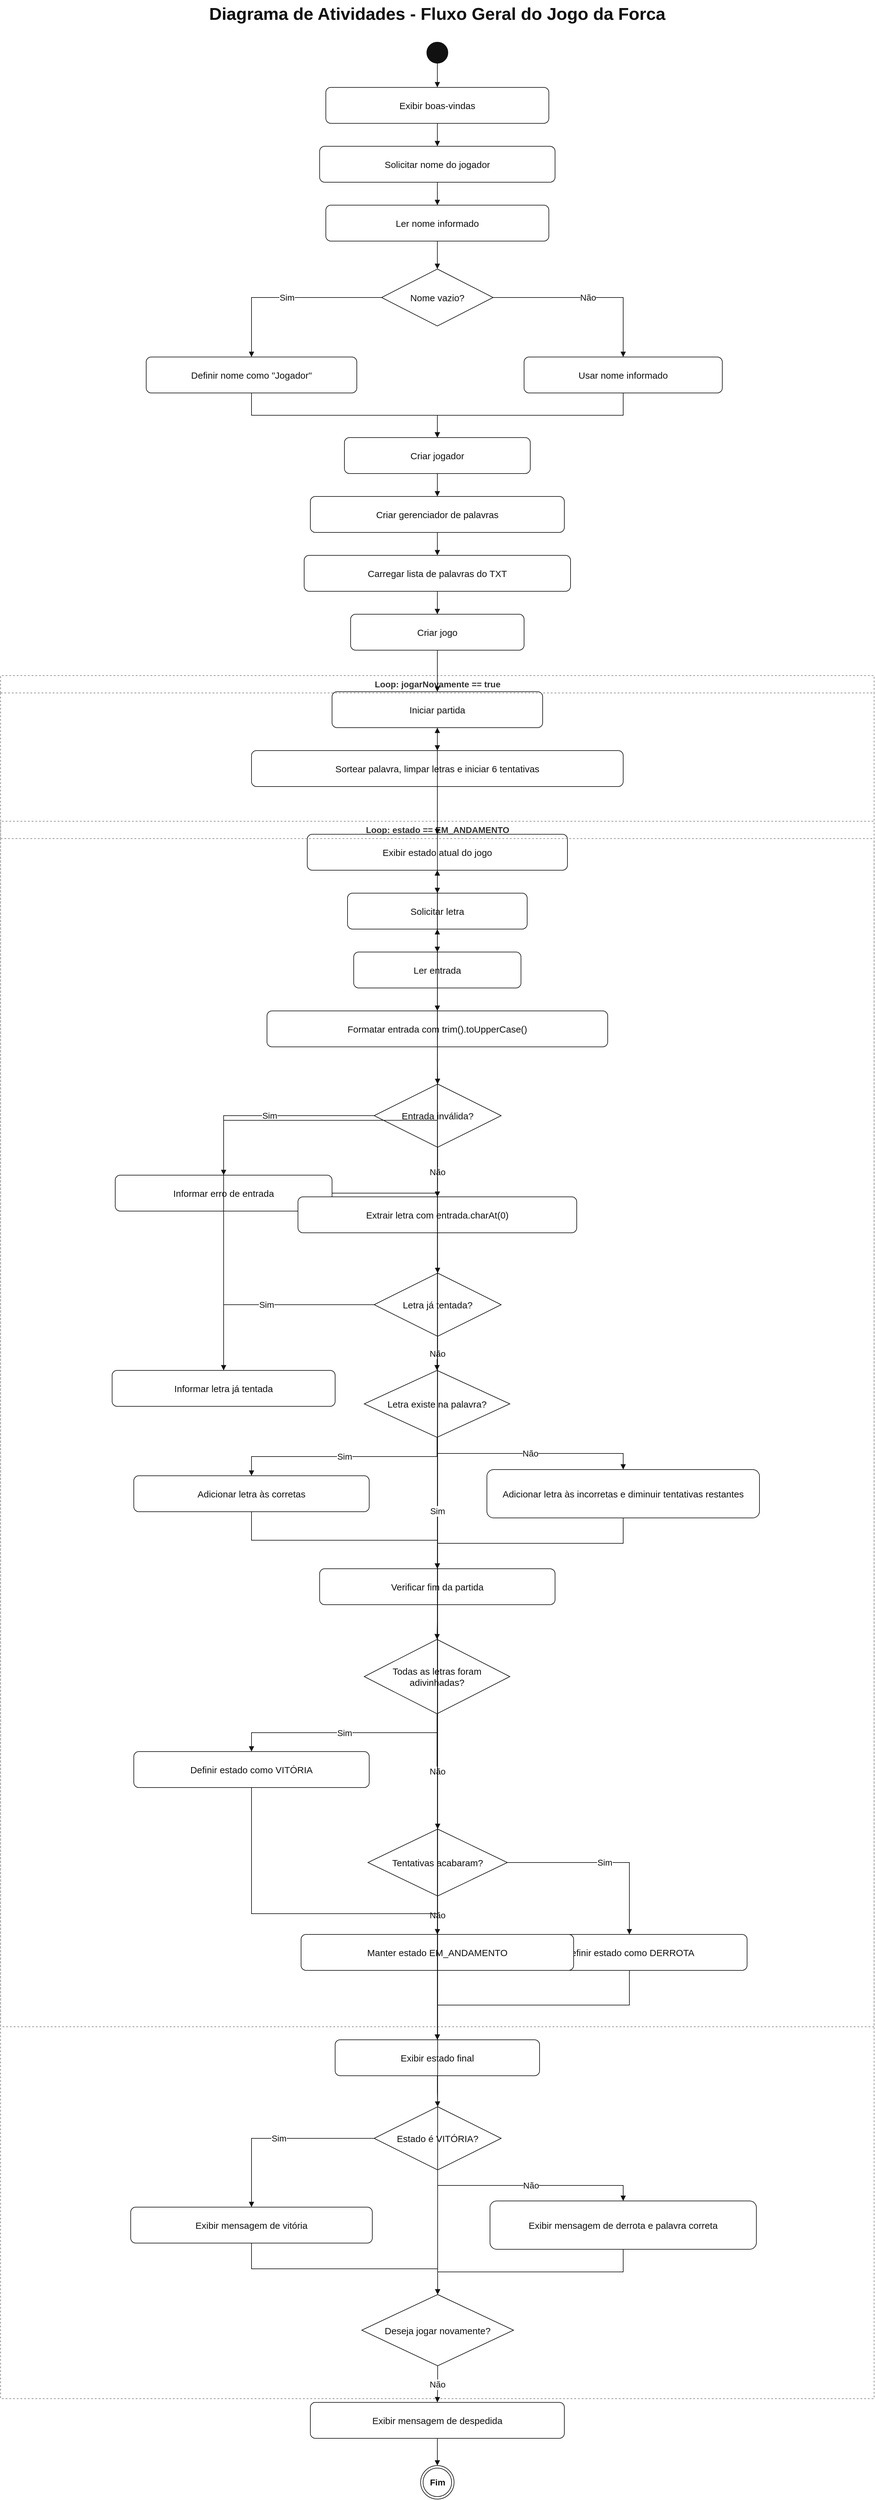
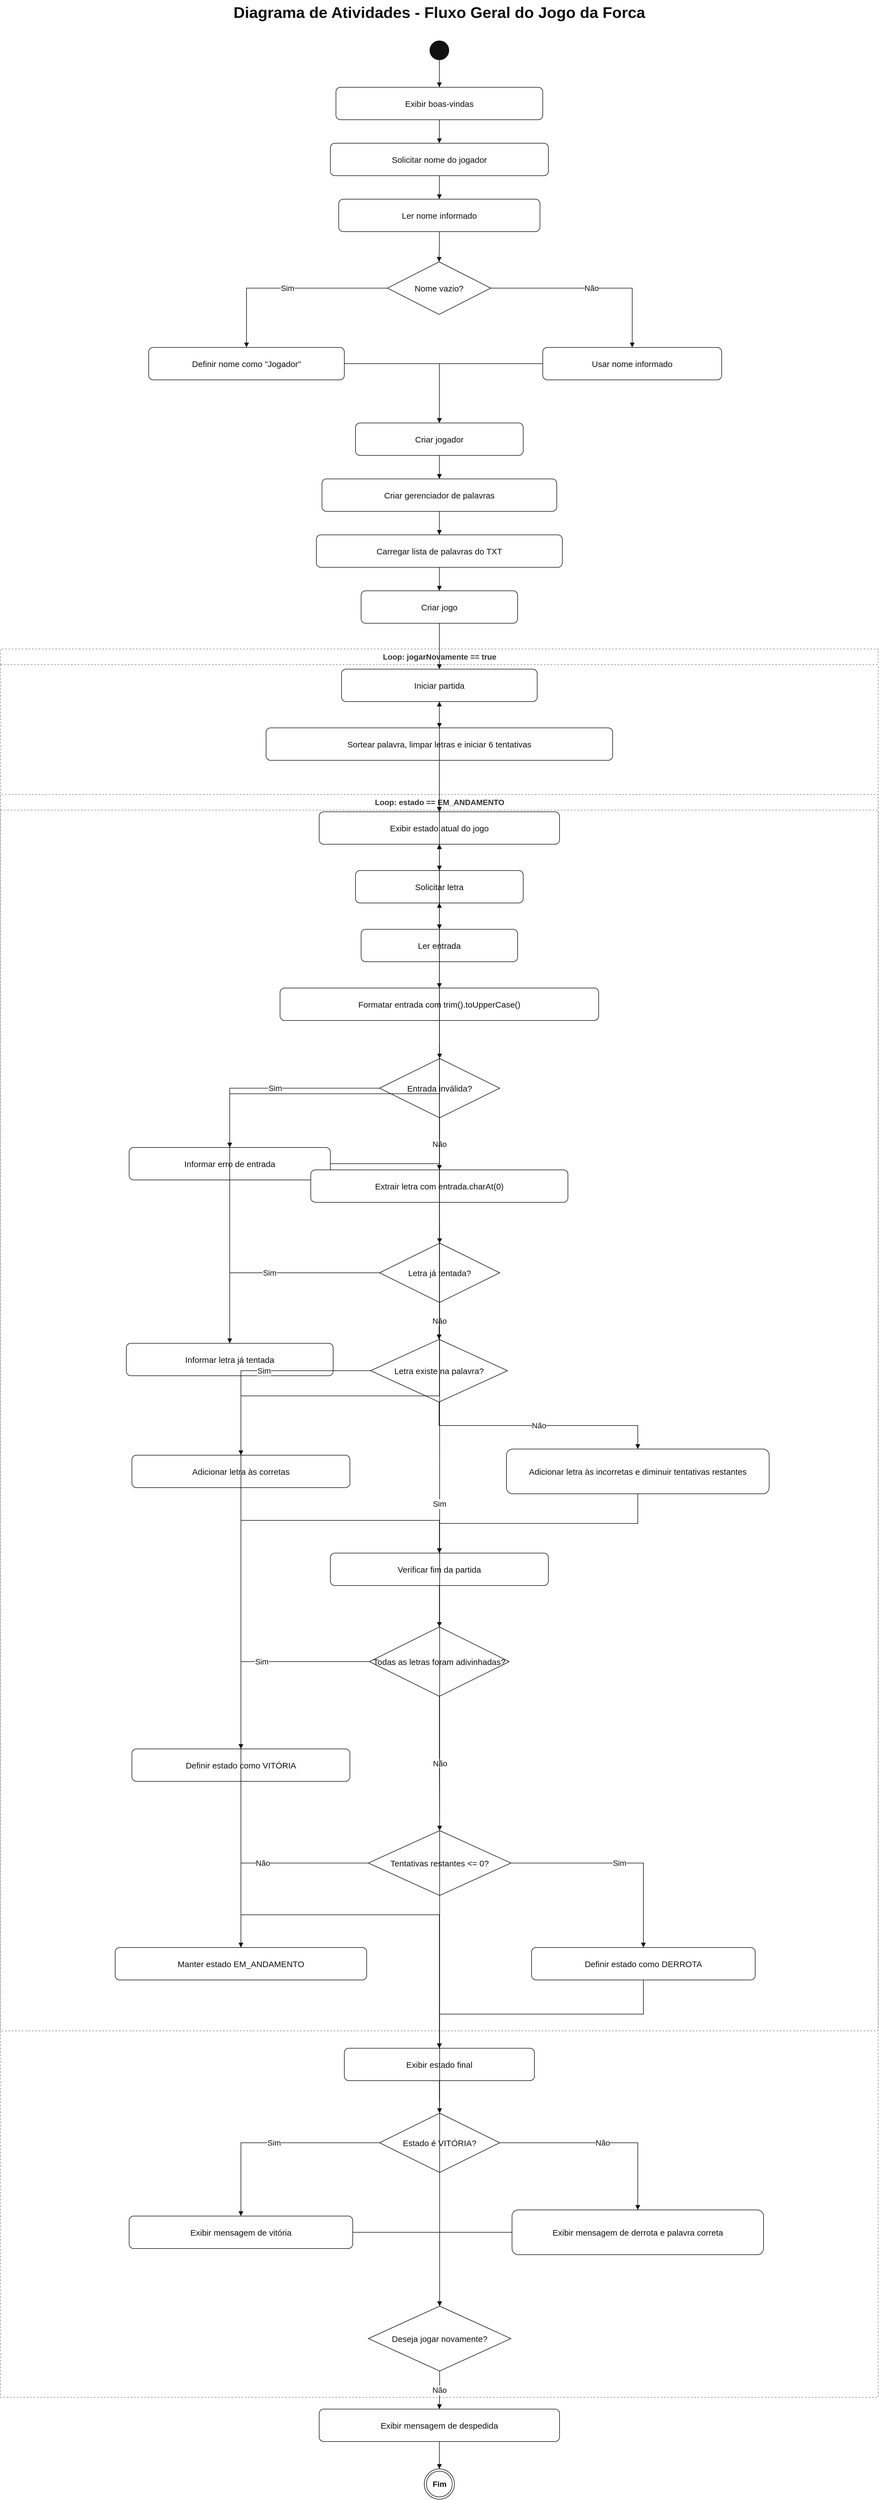
<mxfile host="app.diagrams.net">
  <diagram name="Fluxo Geral" id="diagrama-atividades-fluxo-geral">
-     <mxGraphModel dx="1600" dy="4100" grid="1" gridSize="10" guides="1" tooltips="1" connect="1" arrows="1" fold="1" page="1" pageScale="1" pageWidth="1600" pageHeight="4100" math="0" shadow="0" background="#ffffff">
+     <mxGraphModel dx="1750" dy="4550" grid="1" gridSize="10" guides="1" tooltips="1" connect="1" arrows="1" fold="1" page="1" pageScale="1" pageWidth="1750" pageHeight="4550" math="0" shadow="0" background="#ffffff">
      <root>
        <mxCell id="0" />
        <mxCell id="1" parent="0" />
        <mxCell id="n2" value="" style="ellipse;html=1;aspect=fixed;fillColor=#111111;strokeColor=#111111;" vertex="1" parent="1">
-           <mxGeometry x="783" y="88" width="34" height="34" as="geometry" />
+           <mxGeometry x="858" y="93" width="34" height="34" as="geometry" />
        </mxCell>
        <mxCell id="n3" value="Exibir boas-vindas" style="rounded=1;whiteSpace=wrap;html=1;arcSize=14;fillColor=#ffffff;strokeColor=#111111;fontColor=#111111;fontSize=15;spacing=8;" vertex="1" parent="1">
-           <mxGeometry x="620" y="161" width="360" height="58" as="geometry" />
+           <mxGeometry x="690" y="176" width="370" height="58" as="geometry" />
        </mxCell>
        <mxCell id="n4" value="Solicitar nome do jogador" style="rounded=1;whiteSpace=wrap;html=1;arcSize=14;fillColor=#ffffff;strokeColor=#111111;fontColor=#111111;fontSize=15;spacing=8;" vertex="1" parent="1">
-           <mxGeometry x="610" y="256" width="380" height="58" as="geometry" />
+           <mxGeometry x="680" y="276" width="390" height="58" as="geometry" />
        </mxCell>
        <mxCell id="n5" value="Ler nome informado" style="rounded=1;whiteSpace=wrap;html=1;arcSize=14;fillColor=#ffffff;strokeColor=#111111;fontColor=#111111;fontSize=15;spacing=8;" vertex="1" parent="1">
-           <mxGeometry x="620" y="351" width="360" height="58" as="geometry" />
+           <mxGeometry x="695" y="376" width="360" height="58" as="geometry" />
        </mxCell>
        <mxCell id="n6" value="Nome vazio?" style="rhombus;whiteSpace=wrap;html=1;fillColor=#ffffff;strokeColor=#111111;fontColor=#111111;fontSize=15;spacing=8;" vertex="1" parent="1">
-           <mxGeometry x="710" y="454" width="180" height="92" as="geometry" />
+           <mxGeometry x="782" y="488" width="185" height="94" as="geometry" />
        </mxCell>
        <mxCell id="n7" value="Definir nome como &quot;Jogador&quot;" style="rounded=1;whiteSpace=wrap;html=1;arcSize=14;fillColor=#ffffff;strokeColor=#111111;fontColor=#111111;fontSize=15;spacing=8;" vertex="1" parent="1">
-           <mxGeometry x="330" y="596" width="340" height="58" as="geometry" />
+           <mxGeometry x="355" y="641" width="350" height="58" as="geometry" />
        </mxCell>
        <mxCell id="n8" value="Usar nome informado" style="rounded=1;whiteSpace=wrap;html=1;arcSize=14;fillColor=#ffffff;strokeColor=#111111;fontColor=#111111;fontSize=15;spacing=8;" vertex="1" parent="1">
-           <mxGeometry x="940" y="596" width="320" height="58" as="geometry" />
+           <mxGeometry x="1060" y="641" width="320" height="58" as="geometry" />
        </mxCell>
        <mxCell id="n9" value="Criar jogador" style="rounded=1;whiteSpace=wrap;html=1;arcSize=14;fillColor=#ffffff;strokeColor=#111111;fontColor=#111111;fontSize=15;spacing=8;" vertex="1" parent="1">
-           <mxGeometry x="650" y="726" width="300" height="58" as="geometry" />
+           <mxGeometry x="725" y="776" width="300" height="58" as="geometry" />
        </mxCell>
        <mxCell id="n10" value="Criar gerenciador de palavras" style="rounded=1;whiteSpace=wrap;html=1;arcSize=14;fillColor=#ffffff;strokeColor=#111111;fontColor=#111111;fontSize=15;spacing=8;" vertex="1" parent="1">
-           <mxGeometry x="595" y="821" width="410" height="58" as="geometry" />
+           <mxGeometry x="665" y="876" width="420" height="58" as="geometry" />
        </mxCell>
        <mxCell id="n11" value="Carregar lista de palavras do TXT" style="rounded=1;whiteSpace=wrap;html=1;arcSize=14;fillColor=#ffffff;strokeColor=#111111;fontColor=#111111;fontSize=15;spacing=8;" vertex="1" parent="1">
-           <mxGeometry x="585" y="916" width="430" height="58" as="geometry" />
+           <mxGeometry x="655" y="976" width="440" height="58" as="geometry" />
        </mxCell>
        <mxCell id="n12" value="Criar jogo" style="rounded=1;whiteSpace=wrap;html=1;arcSize=14;fillColor=#ffffff;strokeColor=#111111;fontColor=#111111;fontSize=15;spacing=8;" vertex="1" parent="1">
-           <mxGeometry x="660" y="1011" width="280" height="58" as="geometry" />
+           <mxGeometry x="735" y="1076" width="280" height="58" as="geometry" />
        </mxCell>
        <mxCell id="n13" value="Iniciar partida" style="rounded=1;whiteSpace=wrap;html=1;arcSize=14;fillColor=#ffffff;strokeColor=#111111;fontColor=#111111;fontSize=15;spacing=8;" vertex="1" parent="1">
-           <mxGeometry x="630" y="1136" width="340" height="58" as="geometry" />
+           <mxGeometry x="700" y="1216" width="350" height="58" as="geometry" />
        </mxCell>
        <mxCell id="n14" value="Sortear palavra, limpar letras e iniciar 6 tentativas" style="rounded=1;whiteSpace=wrap;html=1;arcSize=14;fillColor=#ffffff;strokeColor=#111111;fontColor=#111111;fontSize=15;spacing=8;" vertex="1" parent="1">
-           <mxGeometry x="500" y="1231" width="600" height="58" as="geometry" />
+           <mxGeometry x="565" y="1321" width="620" height="58" as="geometry" />
        </mxCell>
        <mxCell id="n15" value="Exibir estado atual do jogo" style="rounded=1;whiteSpace=wrap;html=1;arcSize=14;fillColor=#ffffff;strokeColor=#111111;fontColor=#111111;fontSize=15;spacing=8;" vertex="1" parent="1">
-           <mxGeometry x="590" y="1366" width="420" height="58" as="geometry" />
+           <mxGeometry x="660" y="1471" width="430" height="58" as="geometry" />
        </mxCell>
        <mxCell id="n16" value="Solicitar letra" style="rounded=1;whiteSpace=wrap;html=1;arcSize=14;fillColor=#ffffff;strokeColor=#111111;fontColor=#111111;fontSize=15;spacing=8;" vertex="1" parent="1">
-           <mxGeometry x="655" y="1461" width="290" height="58" as="geometry" />
+           <mxGeometry x="725" y="1576" width="300" height="58" as="geometry" />
        </mxCell>
        <mxCell id="n17" value="Ler entrada" style="rounded=1;whiteSpace=wrap;html=1;arcSize=14;fillColor=#ffffff;strokeColor=#111111;fontColor=#111111;fontSize=15;spacing=8;" vertex="1" parent="1">
-           <mxGeometry x="665" y="1556" width="270" height="58" as="geometry" />
+           <mxGeometry x="735" y="1681" width="280" height="58" as="geometry" />
        </mxCell>
        <mxCell id="n18" value="Formatar entrada com trim().toUpperCase()" style="rounded=1;whiteSpace=wrap;html=1;arcSize=14;fillColor=#ffffff;strokeColor=#111111;fontColor=#111111;fontSize=15;spacing=8;" vertex="1" parent="1">
-           <mxGeometry x="525" y="1651" width="550" height="58" as="geometry" />
+           <mxGeometry x="590" y="1786" width="570" height="58" as="geometry" />
        </mxCell>
        <mxCell id="n19" value="Entrada inválida?" style="rhombus;whiteSpace=wrap;html=1;fillColor=#ffffff;strokeColor=#111111;fontColor=#111111;fontSize=15;spacing=8;" vertex="1" parent="1">
-           <mxGeometry x="698" y="1769" width="205" height="102" as="geometry" />
+           <mxGeometry x="768" y="1912" width="215" height="106" as="geometry" />
        </mxCell>
        <mxCell id="n20" value="Informar erro de entrada" style="rounded=1;whiteSpace=wrap;html=1;arcSize=14;fillColor=#ffffff;strokeColor=#111111;fontColor=#111111;fontSize=15;spacing=8;" vertex="1" parent="1">
-           <mxGeometry x="280" y="1916" width="350" height="58" as="geometry" />
+           <mxGeometry x="320" y="2071" width="360" height="58" as="geometry" />
        </mxCell>
        <mxCell id="n21" value="Extrair letra com entrada.charAt(0)" style="rounded=1;whiteSpace=wrap;html=1;arcSize=14;fillColor=#ffffff;strokeColor=#111111;fontColor=#111111;fontSize=15;spacing=8;" vertex="1" parent="1">
-           <mxGeometry x="575" y="1951" width="450" height="58" as="geometry" />
+           <mxGeometry x="645" y="2111" width="460" height="58" as="geometry" />
        </mxCell>
        <mxCell id="n22" value="Letra já tentada?" style="rhombus;whiteSpace=wrap;html=1;fillColor=#ffffff;strokeColor=#111111;fontColor=#111111;fontSize=15;spacing=8;" vertex="1" parent="1">
-           <mxGeometry x="698" y="2074" width="205" height="102" as="geometry" />
+           <mxGeometry x="768" y="2242" width="215" height="106" as="geometry" />
        </mxCell>
        <mxCell id="n23" value="Informar letra já tentada" style="rounded=1;whiteSpace=wrap;html=1;arcSize=14;fillColor=#ffffff;strokeColor=#111111;fontColor=#111111;fontSize=15;spacing=8;" vertex="1" parent="1">
-           <mxGeometry x="275" y="2231" width="360" height="58" as="geometry" />
+           <mxGeometry x="315" y="2421" width="370" height="58" as="geometry" />
        </mxCell>
        <mxCell id="n24" value="Letra existe na palavra?" style="rhombus;whiteSpace=wrap;html=1;fillColor=#ffffff;strokeColor=#111111;fontColor=#111111;fontSize=15;spacing=8;" vertex="1" parent="1">
-           <mxGeometry x="682" y="2231" width="235" height="108" as="geometry" />
+           <mxGeometry x="752" y="2414" width="245" height="112" as="geometry" />
        </mxCell>
        <mxCell id="n25" value="Adicionar letra às corretas" style="rounded=1;whiteSpace=wrap;html=1;arcSize=14;fillColor=#ffffff;strokeColor=#111111;fontColor=#111111;fontSize=15;spacing=8;" vertex="1" parent="1">
-           <mxGeometry x="310" y="2401" width="380" height="58" as="geometry" />
+           <mxGeometry x="325" y="2621" width="390" height="58" as="geometry" />
        </mxCell>
        <mxCell id="n26" value="Adicionar letra às incorretas
e diminuir tentativas restantes" style="rounded=1;whiteSpace=wrap;html=1;arcSize=14;fillColor=#ffffff;strokeColor=#111111;fontColor=#111111;fontSize=15;spacing=8;" vertex="1" parent="1">
-           <mxGeometry x="880" y="2391" width="440" height="78" as="geometry" />
+           <mxGeometry x="995" y="2610" width="470" height="80" as="geometry" />
        </mxCell>
        <mxCell id="n27" value="Verificar fim da partida" style="rounded=1;whiteSpace=wrap;html=1;arcSize=14;fillColor=#ffffff;strokeColor=#111111;fontColor=#111111;fontSize=15;spacing=8;" vertex="1" parent="1">
-           <mxGeometry x="610" y="2551" width="380" height="58" as="geometry" />
+           <mxGeometry x="680" y="2796" width="390" height="58" as="geometry" />
        </mxCell>
        <mxCell id="n28" value="Todas as letras
foram adivinhadas?" style="rhombus;whiteSpace=wrap;html=1;fillColor=#ffffff;strokeColor=#111111;fontColor=#111111;fontSize=15;spacing=8;" vertex="1" parent="1">
-           <mxGeometry x="682" y="2665" width="235" height="120" as="geometry" />
+           <mxGeometry x="750" y="2928" width="250" height="124" as="geometry" />
        </mxCell>
        <mxCell id="n29" value="Definir estado como VITÓRIA" style="rounded=1;whiteSpace=wrap;html=1;arcSize=14;fillColor=#ffffff;strokeColor=#111111;fontColor=#111111;fontSize=15;spacing=8;" vertex="1" parent="1">
-           <mxGeometry x="310" y="2846" width="380" height="58" as="geometry" />
-         </mxCell>
-         <mxCell id="n30" value="Tentativas acabaram?" style="rhombus;whiteSpace=wrap;html=1;fillColor=#ffffff;strokeColor=#111111;fontColor=#111111;fontSize=15;spacing=8;" vertex="1" parent="1">
-           <mxGeometry x="688" y="2971" width="225" height="108" as="geometry" />
+           <mxGeometry x="325" y="3146" width="390" height="58" as="geometry" />
+         </mxCell>
+         <mxCell id="n30" value="Tentativas restantes &lt;= 0?" style="rhombus;whiteSpace=wrap;html=1;fillColor=#ffffff;strokeColor=#111111;fontColor=#111111;fontSize=15;spacing=8;" vertex="1" parent="1">
+           <mxGeometry x="748" y="3292" width="255" height="116" as="geometry" />
        </mxCell>
        <mxCell id="n31" value="Definir estado como DERROTA" style="rounded=1;whiteSpace=wrap;html=1;arcSize=14;fillColor=#ffffff;strokeColor=#111111;fontColor=#111111;fontSize=15;spacing=8;" vertex="1" parent="1">
-           <mxGeometry x="920" y="3141" width="380" height="58" as="geometry" />
+           <mxGeometry x="1040" y="3501" width="400" height="58" as="geometry" />
        </mxCell>
        <mxCell id="n32" value="Manter estado EM_ANDAMENTO" style="rounded=1;whiteSpace=wrap;html=1;arcSize=14;fillColor=#ffffff;strokeColor=#111111;fontColor=#111111;fontSize=15;spacing=8;" vertex="1" parent="1">
-           <mxGeometry x="580" y="3141" width="440" height="58" as="geometry" />
+           <mxGeometry x="295" y="3501" width="450" height="58" as="geometry" />
        </mxCell>
        <mxCell id="n33" value="Exibir estado final" style="rounded=1;whiteSpace=wrap;html=1;arcSize=14;fillColor=#ffffff;strokeColor=#111111;fontColor=#111111;fontSize=15;spacing=8;" vertex="1" parent="1">
-           <mxGeometry x="635" y="3311" width="330" height="58" as="geometry" />
+           <mxGeometry x="705" y="3681" width="340" height="58" as="geometry" />
        </mxCell>
        <mxCell id="n34" value="Estado é VITÓRIA?" style="rhombus;whiteSpace=wrap;html=1;fillColor=#ffffff;strokeColor=#111111;fontColor=#111111;fontSize=15;spacing=8;" vertex="1" parent="1">
-           <mxGeometry x="698" y="3419" width="205" height="102" as="geometry" />
+           <mxGeometry x="768" y="3797" width="215" height="106" as="geometry" />
        </mxCell>
        <mxCell id="n35" value="Exibir mensagem de vitória" style="rounded=1;whiteSpace=wrap;html=1;arcSize=14;fillColor=#ffffff;strokeColor=#111111;fontColor=#111111;fontSize=15;spacing=8;" vertex="1" parent="1">
-           <mxGeometry x="305" y="3581" width="390" height="58" as="geometry" />
+           <mxGeometry x="320" y="3981" width="400" height="58" as="geometry" />
        </mxCell>
        <mxCell id="n36" value="Exibir mensagem de derrota
e palavra correta" style="rounded=1;whiteSpace=wrap;html=1;arcSize=14;fillColor=#ffffff;strokeColor=#111111;fontColor=#111111;fontSize=15;spacing=8;" vertex="1" parent="1">
-           <mxGeometry x="885" y="3571" width="430" height="78" as="geometry" />
+           <mxGeometry x="1005" y="3970" width="450" height="80" as="geometry" />
        </mxCell>
        <mxCell id="n37" value="Deseja jogar novamente?" style="rhombus;whiteSpace=wrap;html=1;fillColor=#ffffff;strokeColor=#111111;fontColor=#111111;fontSize=15;spacing=8;" vertex="1" parent="1">
-           <mxGeometry x="678" y="3722" width="245" height="115" as="geometry" />
+           <mxGeometry x="748" y="4142" width="255" height="116" as="geometry" />
        </mxCell>
        <mxCell id="n38" value="Exibir mensagem de despedida" style="rounded=1;whiteSpace=wrap;html=1;arcSize=14;fillColor=#ffffff;strokeColor=#111111;fontColor=#111111;fontSize=15;spacing=8;" vertex="1" parent="1">
-           <mxGeometry x="595" y="3896" width="410" height="58" as="geometry" />
+           <mxGeometry x="660" y="4326" width="430" height="58" as="geometry" />
        </mxCell>
        <mxCell id="n39" value="Fim" style="ellipse;html=1;aspect=fixed;shape=doubleEllipse;fillColor=#ffffff;strokeColor=#111111;fontColor=#111111;fontSize=14;fontStyle=1;" vertex="1" parent="1">
-           <mxGeometry x="773" y="3998" width="54" height="54" as="geometry" />
+           <mxGeometry x="848" y="4433" width="54" height="54" as="geometry" />
        </mxCell>
        <mxCell id="f40" value="Loop: jogarNovamente == true" style="swimlane;html=1;rounded=0;startSize=28;horizontal=1;fillColor=none;strokeColor=#888888;fontColor=#333333;fontSize=14;dashed=1;" vertex="1" parent="1">
-           <mxGeometry x="95" y="1110" width="1410" height="2780" as="geometry" />
+           <mxGeometry x="90" y="1180" width="1570" height="3125" as="geometry" />
        </mxCell>
        <mxCell id="f41" value="Loop: estado == EM_ANDAMENTO" style="swimlane;html=1;rounded=0;startSize=28;horizontal=1;fillColor=none;strokeColor=#888888;fontColor=#333333;fontSize=14;dashed=1;" vertex="1" parent="1">
-           <mxGeometry x="95" y="1345" width="1410" height="1945" as="geometry" />
+           <mxGeometry x="90" y="1440" width="1570" height="2210" as="geometry" />
        </mxCell>
        <mxCell id="t42" value="Diagrama de Atividades - Fluxo Geral do Jogo da Forca" style="text;html=1;strokeColor=none;fillColor=none;fontSize=28;fontStyle=1;fontColor=#111111;align=center;verticalAlign=middle;whiteSpace=wrap;" vertex="1" parent="1">
-           <mxGeometry x="200" y="20" width="1200" height="44" as="geometry" />
+           <mxGeometry x="230" y="20" width="1290" height="44" as="geometry" />
        </mxCell>
        <mxCell id="e43" value="" style="edgeStyle=orthogonalEdgeStyle;rounded=0;orthogonalLoop=1;jettySize=auto;html=1;endArrow=block;strokeColor=#111111;fontColor=#111111;fontSize=14;labelBackgroundColor=#ffffff;" edge="1" parent="1" source="n2" target="n3">
          <mxGeometry relative="1" as="geometry" />
        </mxCell>
        <mxCell id="e44" value="" style="edgeStyle=orthogonalEdgeStyle;rounded=0;orthogonalLoop=1;jettySize=auto;html=1;endArrow=block;strokeColor=#111111;fontColor=#111111;fontSize=14;labelBackgroundColor=#ffffff;" edge="1" parent="1" source="n3" target="n4">
          <mxGeometry relative="1" as="geometry" />
        </mxCell>
        <mxCell id="e45" value="" style="edgeStyle=orthogonalEdgeStyle;rounded=0;orthogonalLoop=1;jettySize=auto;html=1;endArrow=block;strokeColor=#111111;fontColor=#111111;fontSize=14;labelBackgroundColor=#ffffff;" edge="1" parent="1" source="n4" target="n5">
          <mxGeometry relative="1" as="geometry" />
        </mxCell>
        <mxCell id="e46" value="" style="edgeStyle=orthogonalEdgeStyle;rounded=0;orthogonalLoop=1;jettySize=auto;html=1;endArrow=block;strokeColor=#111111;fontColor=#111111;fontSize=14;labelBackgroundColor=#ffffff;" edge="1" parent="1" source="n5" target="n6">
          <mxGeometry relative="1" as="geometry" />
        </mxCell>
        <mxCell id="e47" value="Sim" style="edgeStyle=orthogonalEdgeStyle;rounded=0;orthogonalLoop=1;jettySize=auto;html=1;endArrow=block;strokeColor=#111111;fontColor=#111111;fontSize=14;labelBackgroundColor=#ffffff;" edge="1" parent="1" source="n6" target="n7">
          <mxGeometry relative="1" as="geometry" />
        </mxCell>
        <mxCell id="e48" value="Não" style="edgeStyle=orthogonalEdgeStyle;rounded=0;orthogonalLoop=1;jettySize=auto;html=1;endArrow=block;strokeColor=#111111;fontColor=#111111;fontSize=14;labelBackgroundColor=#ffffff;" edge="1" parent="1" source="n6" target="n8">
          <mxGeometry relative="1" as="geometry" />
        </mxCell>
        <mxCell id="e49" value="" style="edgeStyle=orthogonalEdgeStyle;rounded=0;orthogonalLoop=1;jettySize=auto;html=1;endArrow=block;strokeColor=#111111;fontColor=#111111;fontSize=14;labelBackgroundColor=#ffffff;" edge="1" parent="1" source="n7" target="n9">
          <mxGeometry relative="1" as="geometry" />
        </mxCell>
        <mxCell id="e50" value="" style="edgeStyle=orthogonalEdgeStyle;rounded=0;orthogonalLoop=1;jettySize=auto;html=1;endArrow=block;strokeColor=#111111;fontColor=#111111;fontSize=14;labelBackgroundColor=#ffffff;" edge="1" parent="1" source="n8" target="n9">
          <mxGeometry relative="1" as="geometry" />
        </mxCell>
        <mxCell id="e51" value="" style="edgeStyle=orthogonalEdgeStyle;rounded=0;orthogonalLoop=1;jettySize=auto;html=1;endArrow=block;strokeColor=#111111;fontColor=#111111;fontSize=14;labelBackgroundColor=#ffffff;" edge="1" parent="1" source="n9" target="n10">
          <mxGeometry relative="1" as="geometry" />
        </mxCell>
        <mxCell id="e52" value="" style="edgeStyle=orthogonalEdgeStyle;rounded=0;orthogonalLoop=1;jettySize=auto;html=1;endArrow=block;strokeColor=#111111;fontColor=#111111;fontSize=14;labelBackgroundColor=#ffffff;" edge="1" parent="1" source="n10" target="n11">
          <mxGeometry relative="1" as="geometry" />
        </mxCell>
        <mxCell id="e53" value="" style="edgeStyle=orthogonalEdgeStyle;rounded=0;orthogonalLoop=1;jettySize=auto;html=1;endArrow=block;strokeColor=#111111;fontColor=#111111;fontSize=14;labelBackgroundColor=#ffffff;" edge="1" parent="1" source="n11" target="n12">
          <mxGeometry relative="1" as="geometry" />
        </mxCell>
        <mxCell id="e54" value="" style="edgeStyle=orthogonalEdgeStyle;rounded=0;orthogonalLoop=1;jettySize=auto;html=1;endArrow=block;strokeColor=#111111;fontColor=#111111;fontSize=14;labelBackgroundColor=#ffffff;" edge="1" parent="1" source="n12" target="n13">
          <mxGeometry relative="1" as="geometry" />
        </mxCell>
        <mxCell id="e55" value="" style="edgeStyle=orthogonalEdgeStyle;rounded=0;orthogonalLoop=1;jettySize=auto;html=1;endArrow=block;strokeColor=#111111;fontColor=#111111;fontSize=14;labelBackgroundColor=#ffffff;" edge="1" parent="1" source="n13" target="n14">
          <mxGeometry relative="1" as="geometry" />
        </mxCell>
        <mxCell id="e56" value="" style="edgeStyle=orthogonalEdgeStyle;rounded=0;orthogonalLoop=1;jettySize=auto;html=1;endArrow=block;strokeColor=#111111;fontColor=#111111;fontSize=14;labelBackgroundColor=#ffffff;" edge="1" parent="1" source="n14" target="n15">
          <mxGeometry relative="1" as="geometry" />
        </mxCell>
        <mxCell id="e57" value="" style="edgeStyle=orthogonalEdgeStyle;rounded=0;orthogonalLoop=1;jettySize=auto;html=1;endArrow=block;strokeColor=#111111;fontColor=#111111;fontSize=14;labelBackgroundColor=#ffffff;" edge="1" parent="1" source="n15" target="n16">
          <mxGeometry relative="1" as="geometry" />
        </mxCell>
        <mxCell id="e58" value="" style="edgeStyle=orthogonalEdgeStyle;rounded=0;orthogonalLoop=1;jettySize=auto;html=1;endArrow=block;strokeColor=#111111;fontColor=#111111;fontSize=14;labelBackgroundColor=#ffffff;" edge="1" parent="1" source="n16" target="n17">
          <mxGeometry relative="1" as="geometry" />
        </mxCell>
        <mxCell id="e59" value="" style="edgeStyle=orthogonalEdgeStyle;rounded=0;orthogonalLoop=1;jettySize=auto;html=1;endArrow=block;strokeColor=#111111;fontColor=#111111;fontSize=14;labelBackgroundColor=#ffffff;" edge="1" parent="1" source="n17" target="n18">
          <mxGeometry relative="1" as="geometry" />
        </mxCell>
        <mxCell id="e60" value="" style="edgeStyle=orthogonalEdgeStyle;rounded=0;orthogonalLoop=1;jettySize=auto;html=1;endArrow=block;strokeColor=#111111;fontColor=#111111;fontSize=14;labelBackgroundColor=#ffffff;" edge="1" parent="1" source="n18" target="n19">
          <mxGeometry relative="1" as="geometry" />
        </mxCell>
        <mxCell id="e61" value="Sim" style="edgeStyle=orthogonalEdgeStyle;rounded=0;orthogonalLoop=1;jettySize=auto;html=1;endArrow=block;strokeColor=#111111;fontColor=#111111;fontSize=14;labelBackgroundColor=#ffffff;" edge="1" parent="1" source="n19" target="n20">
          <mxGeometry relative="1" as="geometry" />
        </mxCell>
        <mxCell id="e62" value="" style="edgeStyle=orthogonalEdgeStyle;rounded=0;orthogonalLoop=1;jettySize=auto;html=1;endArrow=block;strokeColor=#111111;fontColor=#111111;fontSize=14;labelBackgroundColor=#ffffff;" edge="1" parent="1" source="n20" target="n16">
          <mxGeometry relative="1" as="geometry" />
        </mxCell>
        <mxCell id="e63" value="Não" style="edgeStyle=orthogonalEdgeStyle;rounded=0;orthogonalLoop=1;jettySize=auto;html=1;endArrow=block;strokeColor=#111111;fontColor=#111111;fontSize=14;labelBackgroundColor=#ffffff;" edge="1" parent="1" source="n19" target="n21">
          <mxGeometry relative="1" as="geometry" />
        </mxCell>
        <mxCell id="e64" value="" style="edgeStyle=orthogonalEdgeStyle;rounded=0;orthogonalLoop=1;jettySize=auto;html=1;endArrow=block;strokeColor=#111111;fontColor=#111111;fontSize=14;labelBackgroundColor=#ffffff;" edge="1" parent="1" source="n21" target="n22">
          <mxGeometry relative="1" as="geometry" />
        </mxCell>
        <mxCell id="e65" value="Sim" style="edgeStyle=orthogonalEdgeStyle;rounded=0;orthogonalLoop=1;jettySize=auto;html=1;endArrow=block;strokeColor=#111111;fontColor=#111111;fontSize=14;labelBackgroundColor=#ffffff;" edge="1" parent="1" source="n22" target="n23">
          <mxGeometry relative="1" as="geometry" />
        </mxCell>
        <mxCell id="e66" value="" style="edgeStyle=orthogonalEdgeStyle;rounded=0;orthogonalLoop=1;jettySize=auto;html=1;endArrow=block;strokeColor=#111111;fontColor=#111111;fontSize=14;labelBackgroundColor=#ffffff;" edge="1" parent="1" source="n23" target="n15">
          <mxGeometry relative="1" as="geometry" />
        </mxCell>
        <mxCell id="e67" value="Não" style="edgeStyle=orthogonalEdgeStyle;rounded=0;orthogonalLoop=1;jettySize=auto;html=1;endArrow=block;strokeColor=#111111;fontColor=#111111;fontSize=14;labelBackgroundColor=#ffffff;" edge="1" parent="1" source="n22" target="n24">
          <mxGeometry relative="1" as="geometry" />
        </mxCell>
        <mxCell id="e68" value="Sim" style="edgeStyle=orthogonalEdgeStyle;rounded=0;orthogonalLoop=1;jettySize=auto;html=1;endArrow=block;strokeColor=#111111;fontColor=#111111;fontSize=14;labelBackgroundColor=#ffffff;" edge="1" parent="1" source="n24" target="n25">
          <mxGeometry relative="1" as="geometry" />
        </mxCell>
        <mxCell id="e69" value="Não" style="edgeStyle=orthogonalEdgeStyle;rounded=0;orthogonalLoop=1;jettySize=auto;html=1;endArrow=block;strokeColor=#111111;fontColor=#111111;fontSize=14;labelBackgroundColor=#ffffff;" edge="1" parent="1" source="n24" target="n26">
          <mxGeometry relative="1" as="geometry" />
        </mxCell>
        <mxCell id="e70" value="" style="edgeStyle=orthogonalEdgeStyle;rounded=0;orthogonalLoop=1;jettySize=auto;html=1;endArrow=block;strokeColor=#111111;fontColor=#111111;fontSize=14;labelBackgroundColor=#ffffff;" edge="1" parent="1" source="n25" target="n27">
          <mxGeometry relative="1" as="geometry" />
        </mxCell>
        <mxCell id="e71" value="" style="edgeStyle=orthogonalEdgeStyle;rounded=0;orthogonalLoop=1;jettySize=auto;html=1;endArrow=block;strokeColor=#111111;fontColor=#111111;fontSize=14;labelBackgroundColor=#ffffff;" edge="1" parent="1" source="n26" target="n27">
          <mxGeometry relative="1" as="geometry" />
        </mxCell>
        <mxCell id="e72" value="" style="edgeStyle=orthogonalEdgeStyle;rounded=0;orthogonalLoop=1;jettySize=auto;html=1;endArrow=block;strokeColor=#111111;fontColor=#111111;fontSize=14;labelBackgroundColor=#ffffff;" edge="1" parent="1" source="n27" target="n28">
          <mxGeometry relative="1" as="geometry" />
        </mxCell>
        <mxCell id="e73" value="Sim" style="edgeStyle=orthogonalEdgeStyle;rounded=0;orthogonalLoop=1;jettySize=auto;html=1;endArrow=block;strokeColor=#111111;fontColor=#111111;fontSize=14;labelBackgroundColor=#ffffff;" edge="1" parent="1" source="n28" target="n29">
          <mxGeometry relative="1" as="geometry" />
        </mxCell>
        <mxCell id="e74" value="Não" style="edgeStyle=orthogonalEdgeStyle;rounded=0;orthogonalLoop=1;jettySize=auto;html=1;endArrow=block;strokeColor=#111111;fontColor=#111111;fontSize=14;labelBackgroundColor=#ffffff;" edge="1" parent="1" source="n28" target="n30">
          <mxGeometry relative="1" as="geometry" />
        </mxCell>
        <mxCell id="e75" value="Sim" style="edgeStyle=orthogonalEdgeStyle;rounded=0;orthogonalLoop=1;jettySize=auto;html=1;endArrow=block;strokeColor=#111111;fontColor=#111111;fontSize=14;labelBackgroundColor=#ffffff;" edge="1" parent="1" source="n30" target="n31">
          <mxGeometry relative="1" as="geometry" />
        </mxCell>
        <mxCell id="e76" value="Não" style="edgeStyle=orthogonalEdgeStyle;rounded=0;orthogonalLoop=1;jettySize=auto;html=1;endArrow=block;strokeColor=#111111;fontColor=#111111;fontSize=14;labelBackgroundColor=#ffffff;" edge="1" parent="1" source="n30" target="n32">
          <mxGeometry relative="1" as="geometry" />
        </mxCell>
        <mxCell id="e77" value="" style="edgeStyle=orthogonalEdgeStyle;rounded=0;orthogonalLoop=1;jettySize=auto;html=1;endArrow=block;strokeColor=#111111;fontColor=#111111;fontSize=14;labelBackgroundColor=#ffffff;" edge="1" parent="1" source="n32" target="n15">
          <mxGeometry relative="1" as="geometry" />
        </mxCell>
        <mxCell id="e78" value="" style="edgeStyle=orthogonalEdgeStyle;rounded=0;orthogonalLoop=1;jettySize=auto;html=1;endArrow=block;strokeColor=#111111;fontColor=#111111;fontSize=14;labelBackgroundColor=#ffffff;" edge="1" parent="1" source="n29" target="n33">
          <mxGeometry relative="1" as="geometry" />
        </mxCell>
        <mxCell id="e79" value="" style="edgeStyle=orthogonalEdgeStyle;rounded=0;orthogonalLoop=1;jettySize=auto;html=1;endArrow=block;strokeColor=#111111;fontColor=#111111;fontSize=14;labelBackgroundColor=#ffffff;" edge="1" parent="1" source="n31" target="n33">
          <mxGeometry relative="1" as="geometry" />
        </mxCell>
        <mxCell id="e80" value="" style="edgeStyle=orthogonalEdgeStyle;rounded=0;orthogonalLoop=1;jettySize=auto;html=1;endArrow=block;strokeColor=#111111;fontColor=#111111;fontSize=14;labelBackgroundColor=#ffffff;" edge="1" parent="1" source="n33" target="n34">
          <mxGeometry relative="1" as="geometry" />
        </mxCell>
        <mxCell id="e81" value="Sim" style="edgeStyle=orthogonalEdgeStyle;rounded=0;orthogonalLoop=1;jettySize=auto;html=1;endArrow=block;strokeColor=#111111;fontColor=#111111;fontSize=14;labelBackgroundColor=#ffffff;" edge="1" parent="1" source="n34" target="n35">
          <mxGeometry relative="1" as="geometry" />
        </mxCell>
        <mxCell id="e82" value="Não" style="edgeStyle=orthogonalEdgeStyle;rounded=0;orthogonalLoop=1;jettySize=auto;html=1;endArrow=block;strokeColor=#111111;fontColor=#111111;fontSize=14;labelBackgroundColor=#ffffff;" edge="1" parent="1" source="n34" target="n36">
          <mxGeometry relative="1" as="geometry" />
        </mxCell>
        <mxCell id="e83" value="" style="edgeStyle=orthogonalEdgeStyle;rounded=0;orthogonalLoop=1;jettySize=auto;html=1;endArrow=block;strokeColor=#111111;fontColor=#111111;fontSize=14;labelBackgroundColor=#ffffff;" edge="1" parent="1" source="n35" target="n37">
          <mxGeometry relative="1" as="geometry" />
        </mxCell>
        <mxCell id="e84" value="" style="edgeStyle=orthogonalEdgeStyle;rounded=0;orthogonalLoop=1;jettySize=auto;html=1;endArrow=block;strokeColor=#111111;fontColor=#111111;fontSize=14;labelBackgroundColor=#ffffff;" edge="1" parent="1" source="n36" target="n37">
          <mxGeometry relative="1" as="geometry" />
        </mxCell>
        <mxCell id="e85" value="Sim" style="edgeStyle=orthogonalEdgeStyle;rounded=0;orthogonalLoop=1;jettySize=auto;html=1;endArrow=block;strokeColor=#111111;fontColor=#111111;fontSize=14;labelBackgroundColor=#ffffff;" edge="1" parent="1" source="n37" target="n13">
          <mxGeometry relative="1" as="geometry" />
        </mxCell>
        <mxCell id="e86" value="Não" style="edgeStyle=orthogonalEdgeStyle;rounded=0;orthogonalLoop=1;jettySize=auto;html=1;endArrow=block;strokeColor=#111111;fontColor=#111111;fontSize=14;labelBackgroundColor=#ffffff;" edge="1" parent="1" source="n37" target="n38">
          <mxGeometry relative="1" as="geometry" />
        </mxCell>
        <mxCell id="e87" value="" style="edgeStyle=orthogonalEdgeStyle;rounded=0;orthogonalLoop=1;jettySize=auto;html=1;endArrow=block;strokeColor=#111111;fontColor=#111111;fontSize=14;labelBackgroundColor=#ffffff;" edge="1" parent="1" source="n38" target="n39">
          <mxGeometry relative="1" as="geometry" />
        </mxCell>
      </root>
    </mxGraphModel>
  </diagram>
</mxfile>
